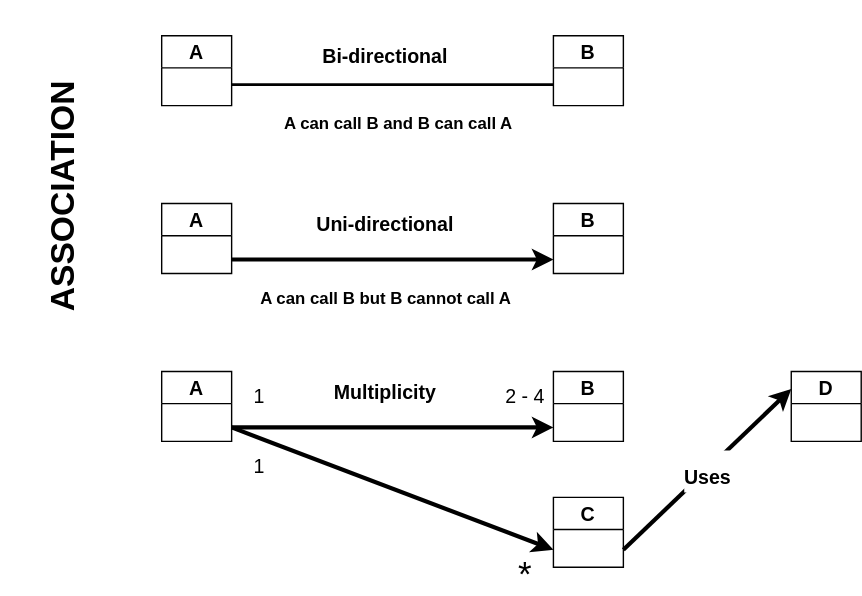
Before: P0_UML_Diagrams/ClassRelationships_Association.svg, a diagram exported from draw.io (surajit1312/Low_Level_System_Design). Source tidied: cells renumbered, new cells last; positions are measured from the earlier drawing's top-left corner, leaving out a move shared by most shapes. The source it was exported from:
```xml
<mxGraphModel>
  <root>
    <mxCell id="0" />
    <mxCell id="1" parent="0" />
    <mxCell id="2" value="A" style="swimlane;fontStyle=1;startSize=23;fontSize=14;" parent="1" vertex="1">
      <mxGeometry x="210" width="50" height="50" as="geometry" />
    </mxCell>
    <mxCell id="3" value="B" style="swimlane;fontStyle=1;fontSize=14;" parent="1" vertex="1">
      <mxGeometry x="490" width="50" height="50" as="geometry" />
    </mxCell>
    <mxCell id="4" style="line;strokeWidth=2;html=1;fontSize=14;" parent="1" vertex="1">
      <mxGeometry x="260" y="30" width="230" height="10" as="geometry" />
    </mxCell>
    <mxCell id="5" value="A" style="swimlane;fontStyle=1;startSize=23;fontSize=14;" parent="1" vertex="1">
      <mxGeometry x="210" y="120" width="50" height="50" as="geometry" />
    </mxCell>
    <mxCell id="6" value="B" style="swimlane;fontStyle=1;fontSize=14;" parent="1" vertex="1">
      <mxGeometry x="490" y="120" width="50" height="50" as="geometry" />
    </mxCell>
    <mxCell id="7" style="endArrow=classic;html=1;fontSize=14;strokeWidth=3;" parent="1" edge="1">
      <mxGeometry relative="1" as="geometry">
        <mxPoint x="260" y="160" as="sourcePoint" />
        <mxPoint x="490" y="160" as="targetPoint" />
      </mxGeometry>
    </mxCell>
    <mxCell id="8" value="&lt;b&gt;Bi-directional&lt;/b&gt;" style="text;html=1;strokeColor=none;fillColor=none;align=center;verticalAlign=middle;whiteSpace=wrap;rounded=0;fontSize=14;" parent="1" vertex="1">
      <mxGeometry x="300" width="140" height="30" as="geometry" />
    </mxCell>
    <mxCell id="9" value="&lt;b&gt;Uni-directional&lt;/b&gt;" style="text;html=1;strokeColor=none;fillColor=none;align=center;verticalAlign=middle;whiteSpace=wrap;rounded=0;fontSize=14;" parent="1" vertex="1">
      <mxGeometry x="300" y="120" width="140" height="30" as="geometry" />
    </mxCell>
    <mxCell id="10" value="&lt;b&gt;&lt;font style=&quot;font-size: 24px;&quot;&gt;ASSOCIATION&lt;/font&gt;&lt;/b&gt;" style="text;html=1;strokeColor=none;fillColor=none;align=center;verticalAlign=middle;whiteSpace=wrap;rounded=0;fontSize=14;rotation=-90;" parent="1" vertex="1">
      <mxGeometry y="70" width="280" height="90" as="geometry" />
    </mxCell>
    <mxCell id="11" value="A" style="swimlane;fontStyle=1;startSize=23;fontSize=14;" parent="1" vertex="1">
      <mxGeometry x="210" y="240" width="50" height="50" as="geometry" />
    </mxCell>
    <mxCell id="12" value="B" style="swimlane;fontStyle=1;fontSize=14;" parent="1" vertex="1">
      <mxGeometry x="490" y="240" width="50" height="50" as="geometry" />
    </mxCell>
    <mxCell id="13" style="endArrow=classic;html=1;fontSize=14;strokeWidth=3;" parent="1" edge="1">
      <mxGeometry relative="1" as="geometry">
        <mxPoint x="260" y="280" as="sourcePoint" />
        <mxPoint x="490" y="280" as="targetPoint" />
      </mxGeometry>
    </mxCell>
    <mxCell id="14" value="&lt;b&gt;Multiplicity&lt;/b&gt;" style="text;html=1;strokeColor=none;fillColor=none;align=center;verticalAlign=middle;whiteSpace=wrap;rounded=0;fontSize=14;" parent="1" vertex="1">
      <mxGeometry x="300" y="240" width="140" height="30" as="geometry" />
    </mxCell>
    <mxCell id="15" value="&lt;font style=&quot;font-size: 14px;&quot;&gt;1&lt;/font&gt;" style="text;html=1;strokeColor=none;fillColor=none;align=center;verticalAlign=middle;whiteSpace=wrap;rounded=0;fontSize=24;" parent="1" vertex="1">
      <mxGeometry x="250" y="240" width="60" height="30" as="geometry" />
    </mxCell>
    <mxCell id="16" value="&lt;font style=&quot;font-size: 14px;&quot;&gt;2 - 4&lt;/font&gt;" style="text;html=1;strokeColor=none;fillColor=none;align=center;verticalAlign=middle;whiteSpace=wrap;rounded=0;fontSize=24;" parent="1" vertex="1">
      <mxGeometry x="440" y="240" width="60" height="30" as="geometry" />
    </mxCell>
    <mxCell id="17" value="C" style="swimlane;fontStyle=1;fontSize=14;" parent="1" vertex="1">
      <mxGeometry x="490" y="330" width="50" height="50" as="geometry" />
    </mxCell>
    <mxCell id="18" style="endArrow=classic;html=1;strokeWidth=3;fontSize=14;entryX=0;entryY=0.75;entryDx=0;entryDy=0;" parent="1" edge="1" target="17">
      <mxGeometry relative="1" as="geometry">
        <mxPoint x="260" y="280" as="sourcePoint" />
      </mxGeometry>
    </mxCell>
    <mxCell id="19" value="&lt;font style=&quot;font-size: 14px;&quot;&gt;1&lt;/font&gt;" style="text;html=1;strokeColor=none;fillColor=none;align=center;verticalAlign=middle;whiteSpace=wrap;rounded=0;fontSize=24;" parent="1" vertex="1">
      <mxGeometry x="250" y="290" width="60" height="30" as="geometry" />
    </mxCell>
    <mxCell id="20" value="&lt;font style=&quot;font-size: 25px;&quot;&gt;*&lt;/font&gt;" style="text;html=1;strokeColor=none;fillColor=none;align=center;verticalAlign=middle;whiteSpace=wrap;rounded=0;fontSize=24;" parent="1" vertex="1">
      <mxGeometry x="440" y="370" width="60" height="30" as="geometry" />
    </mxCell>
    <mxCell id="21" value="D" style="swimlane;fontStyle=1;fontSize=14;" parent="1" vertex="1">
      <mxGeometry x="660" y="240" width="50" height="50" as="geometry" />
    </mxCell>
    <mxCell id="22" style="endArrow=classic;html=1;strokeWidth=3;fontSize=25;exitX=1;exitY=0.75;exitDx=0;exitDy=0;entryX=0;entryY=0.25;entryDx=0;entryDy=0;" parent="1" edge="1" source="17" target="21">
      <mxGeometry relative="1" as="geometry" />
    </mxCell>
    <mxCell id="23" value="&lt;font style=&quot;font-size: 14px;&quot;&gt;&lt;b&gt;Uses&lt;/b&gt;&lt;/font&gt;" style="edgeLabel;html=1;align=center;verticalAlign=middle;fontSize=25;" parent="22" vertex="1">
      <mxGeometry relative="1" as="geometry" />
    </mxCell>
    <mxCell id="24" value="&lt;b&gt;A can call B and B can call A&lt;/b&gt;" style="text;html=1;strokeColor=none;fillColor=none;align=center;verticalAlign=middle;whiteSpace=wrap;rounded=0;" parent="1" vertex="1">
      <mxGeometry x="286" y="48" width="187" height="30" as="geometry" />
    </mxCell>
    <mxCell id="25" value="&lt;b&gt;A can call B but B cannot call A&lt;/b&gt;" style="text;html=1;strokeColor=none;fillColor=none;align=center;verticalAlign=middle;whiteSpace=wrap;rounded=0;" parent="1" vertex="1">
      <mxGeometry x="276.5" y="173" width="187" height="30" as="geometry" />
    </mxCell>
  </root>
</mxGraphModel>
```
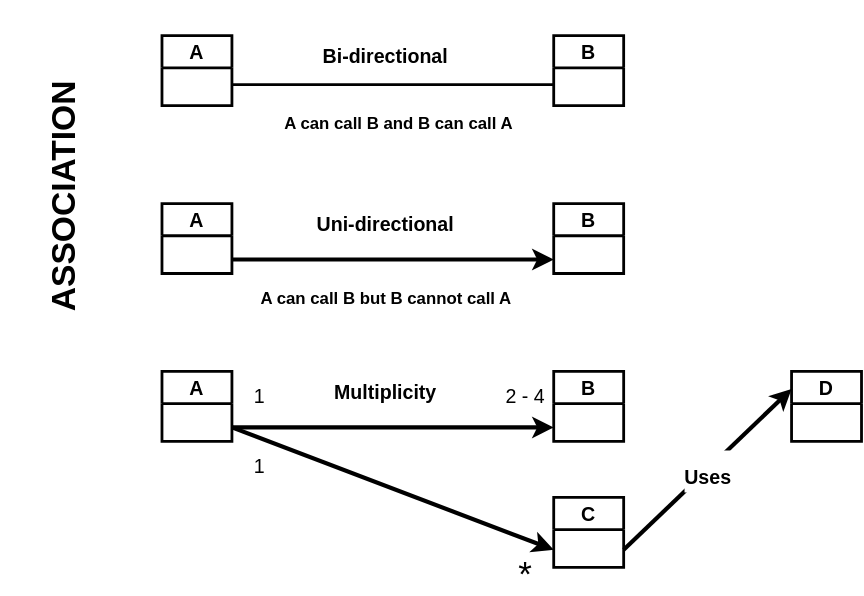
After the commit.

Change to the diagram source:
```diff
@@ -1,50 +1,50 @@
-<mxGraphModel>
+<mxGraphModel background="#ffffff">
   <root>
     <mxCell id="0" />
     <mxCell id="1" parent="0" />
-    <mxCell id="2" value="A" style="swimlane;fontStyle=1;startSize=23;fontSize=14;" parent="1" vertex="1">
+    <mxCell id="2" value="A" style="swimlane;fontStyle=1;startSize=23;fontSize=14;strokeColor=#000000;strokeWidth=2;fillColor=#FFFFFF;fontColor=#000000;" parent="1" vertex="1">
       <mxGeometry x="210" width="50" height="50" as="geometry" />
     </mxCell>
-    <mxCell id="3" value="B" style="swimlane;fontStyle=1;fontSize=14;" parent="1" vertex="1">
+    <mxCell id="3" value="B" style="swimlane;fontStyle=1;fontSize=14;strokeColor=#000000;strokeWidth=2;fillColor=#FFFFFF;fontColor=#000000;" parent="1" vertex="1">
       <mxGeometry x="490" width="50" height="50" as="geometry" />
     </mxCell>
-    <mxCell id="4" style="line;strokeWidth=2;html=1;fontSize=14;" parent="1" vertex="1">
+    <mxCell id="4" style="line;strokeWidth=2;html=1;fontSize=14;strokeColor=#000000;" parent="1" vertex="1">
       <mxGeometry x="260" y="30" width="230" height="10" as="geometry" />
     </mxCell>
-    <mxCell id="5" value="A" style="swimlane;fontStyle=1;startSize=23;fontSize=14;" parent="1" vertex="1">
+    <mxCell id="5" value="A" style="swimlane;fontStyle=1;startSize=23;fontSize=14;strokeColor=#000000;strokeWidth=2;fillColor=#FFFFFF;fontColor=#000000;" parent="1" vertex="1">
       <mxGeometry x="210" y="120" width="50" height="50" as="geometry" />
     </mxCell>
-    <mxCell id="6" value="B" style="swimlane;fontStyle=1;fontSize=14;" parent="1" vertex="1">
+    <mxCell id="6" value="B" style="swimlane;fontStyle=1;fontSize=14;strokeColor=#000000;strokeWidth=2;fillColor=#FFFFFF;fontColor=#000000;" parent="1" vertex="1">
       <mxGeometry x="490" y="120" width="50" height="50" as="geometry" />
     </mxCell>
-    <mxCell id="7" style="endArrow=classic;html=1;fontSize=14;strokeWidth=3;" parent="1" edge="1">
+    <mxCell id="7" style="endArrow=classic;html=1;fontSize=14;strokeWidth=3;strokeColor=#000000;" parent="1" edge="1">
       <mxGeometry relative="1" as="geometry">
         <mxPoint x="260" y="160" as="sourcePoint" />
         <mxPoint x="490" y="160" as="targetPoint" />
       </mxGeometry>
     </mxCell>
-    <mxCell id="8" value="&lt;b&gt;Bi-directional&lt;/b&gt;" style="text;html=1;strokeColor=none;fillColor=none;align=center;verticalAlign=middle;whiteSpace=wrap;rounded=0;fontSize=14;" parent="1" vertex="1">
+    <mxCell id="8" value="&lt;b&gt;Bi-directional&lt;/b&gt;" style="text;html=1;strokeColor=none;fillColor=none;align=center;verticalAlign=middle;whiteSpace=wrap;rounded=0;fontSize=14;fontColor=#000000;" parent="1" vertex="1">
       <mxGeometry x="300" width="140" height="30" as="geometry" />
     </mxCell>
-    <mxCell id="9" value="&lt;b&gt;Uni-directional&lt;/b&gt;" style="text;html=1;strokeColor=none;fillColor=none;align=center;verticalAlign=middle;whiteSpace=wrap;rounded=0;fontSize=14;" parent="1" vertex="1">
+    <mxCell id="9" value="&lt;b&gt;Uni-directional&lt;/b&gt;" style="text;html=1;strokeColor=none;fillColor=none;align=center;verticalAlign=middle;whiteSpace=wrap;rounded=0;fontSize=14;fontColor=#000000;" parent="1" vertex="1">
       <mxGeometry x="300" y="120" width="140" height="30" as="geometry" />
     </mxCell>
-    <mxCell id="10" value="&lt;b&gt;&lt;font style=&quot;font-size: 24px;&quot;&gt;ASSOCIATION&lt;/font&gt;&lt;/b&gt;" style="text;html=1;strokeColor=none;fillColor=none;align=center;verticalAlign=middle;whiteSpace=wrap;rounded=0;fontSize=14;rotation=-90;" parent="1" vertex="1">
+    <mxCell id="10" value="&lt;b&gt;&lt;font style=&quot;font-size: 24px;&quot;&gt;ASSOCIATION&lt;/font&gt;&lt;/b&gt;" style="text;html=1;strokeColor=none;fillColor=none;align=center;verticalAlign=middle;whiteSpace=wrap;rounded=0;fontSize=14;rotation=-90;fontColor=#000000;" parent="1" vertex="1">
       <mxGeometry y="70" width="280" height="90" as="geometry" />
     </mxCell>
-    <mxCell id="11" value="A" style="swimlane;fontStyle=1;startSize=23;fontSize=14;" parent="1" vertex="1">
+    <mxCell id="11" value="A" style="swimlane;fontStyle=1;startSize=23;fontSize=14;strokeColor=#000000;strokeWidth=2;fillColor=#FFFFFF;fontColor=#000000;" parent="1" vertex="1">
       <mxGeometry x="210" y="240" width="50" height="50" as="geometry" />
     </mxCell>
-    <mxCell id="12" value="B" style="swimlane;fontStyle=1;fontSize=14;" parent="1" vertex="1">
+    <mxCell id="12" value="B" style="swimlane;fontStyle=1;fontSize=14;strokeWidth=2;strokeColor=#000000;fillColor=#FFFFFF;fontColor=#000000;" parent="1" vertex="1">
       <mxGeometry x="490" y="240" width="50" height="50" as="geometry" />
     </mxCell>
-    <mxCell id="13" style="endArrow=classic;html=1;fontSize=14;strokeWidth=3;" parent="1" edge="1">
+    <mxCell id="13" style="endArrow=classic;html=1;fontSize=14;strokeWidth=3;strokeColor=#000000;" parent="1" edge="1">
       <mxGeometry relative="1" as="geometry">
         <mxPoint x="260" y="280" as="sourcePoint" />
         <mxPoint x="490" y="280" as="targetPoint" />
       </mxGeometry>
     </mxCell>
-    <mxCell id="14" value="&lt;b&gt;Multiplicity&lt;/b&gt;" style="text;html=1;strokeColor=none;fillColor=none;align=center;verticalAlign=middle;whiteSpace=wrap;rounded=0;fontSize=14;" parent="1" vertex="1">
+    <mxCell id="14" value="&lt;b&gt;Multiplicity&lt;/b&gt;" style="text;html=1;strokeColor=none;fillColor=none;align=center;verticalAlign=middle;whiteSpace=wrap;rounded=0;fontSize=14;fontColor=#000000;" parent="1" vertex="1">
       <mxGeometry x="300" y="240" width="140" height="30" as="geometry" />
     </mxCell>
     <mxCell id="15" value="&lt;font style=&quot;font-size: 14px;&quot;&gt;1&lt;/font&gt;" style="text;html=1;strokeColor=none;fillColor=none;align=center;verticalAlign=middle;whiteSpace=wrap;rounded=0;fontSize=24;" parent="1" vertex="1">
@@ -53,10 +53,10 @@
     <mxCell id="16" value="&lt;font style=&quot;font-size: 14px;&quot;&gt;2 - 4&lt;/font&gt;" style="text;html=1;strokeColor=none;fillColor=none;align=center;verticalAlign=middle;whiteSpace=wrap;rounded=0;fontSize=24;" parent="1" vertex="1">
       <mxGeometry x="440" y="240" width="60" height="30" as="geometry" />
     </mxCell>
-    <mxCell id="17" value="C" style="swimlane;fontStyle=1;fontSize=14;" parent="1" vertex="1">
+    <mxCell id="17" value="C" style="swimlane;fontStyle=1;fontSize=14;strokeColor=#000000;strokeWidth=2;fillColor=#FFFFFF;fontColor=#000000;" parent="1" vertex="1">
       <mxGeometry x="490" y="330" width="50" height="50" as="geometry" />
     </mxCell>
-    <mxCell id="18" style="endArrow=classic;html=1;strokeWidth=3;fontSize=14;entryX=0;entryY=0.75;entryDx=0;entryDy=0;" parent="1" edge="1" target="17">
+    <mxCell id="18" style="endArrow=classic;html=1;strokeWidth=3;fontSize=14;entryX=0;entryY=0.75;entryDx=0;entryDy=0;strokeColor=#000000;" parent="1" edge="1" target="17">
       <mxGeometry relative="1" as="geometry">
         <mxPoint x="260" y="280" as="sourcePoint" />
       </mxGeometry>
@@ -67,19 +67,19 @@
     <mxCell id="20" value="&lt;font style=&quot;font-size: 25px;&quot;&gt;*&lt;/font&gt;" style="text;html=1;strokeColor=none;fillColor=none;align=center;verticalAlign=middle;whiteSpace=wrap;rounded=0;fontSize=24;" parent="1" vertex="1">
       <mxGeometry x="440" y="370" width="60" height="30" as="geometry" />
     </mxCell>
-    <mxCell id="21" value="D" style="swimlane;fontStyle=1;fontSize=14;" parent="1" vertex="1">
+    <mxCell id="21" value="D" style="swimlane;fontStyle=1;fontSize=14;strokeColor=#000000;fillColor=#FFFFFF;fontColor=#000000;strokeWidth=2;" parent="1" vertex="1">
       <mxGeometry x="660" y="240" width="50" height="50" as="geometry" />
     </mxCell>
-    <mxCell id="22" style="endArrow=classic;html=1;strokeWidth=3;fontSize=25;exitX=1;exitY=0.75;exitDx=0;exitDy=0;entryX=0;entryY=0.25;entryDx=0;entryDy=0;" parent="1" edge="1" source="17" target="21">
+    <mxCell id="22" style="endArrow=classic;html=1;strokeWidth=3;fontSize=25;exitX=1;exitY=0.75;exitDx=0;exitDy=0;entryX=0;entryY=0.25;entryDx=0;entryDy=0;strokeColor=#000000;" parent="1" edge="1" source="17" target="21">
       <mxGeometry relative="1" as="geometry" />
     </mxCell>
-    <mxCell id="23" value="&lt;font style=&quot;font-size: 14px;&quot;&gt;&lt;b&gt;Uses&lt;/b&gt;&lt;/font&gt;" style="edgeLabel;html=1;align=center;verticalAlign=middle;fontSize=25;" parent="22" vertex="1">
+    <mxCell id="23" value="&lt;font style=&quot;font-size: 14px;&quot;&gt;&lt;b&gt;Uses&lt;/b&gt;&lt;/font&gt;" style="edgeLabel;html=1;align=center;verticalAlign=middle;fontSize=25;labelBackgroundColor=#FFFFFF;fontColor=#000000;" parent="22" vertex="1">
       <mxGeometry relative="1" as="geometry" />
     </mxCell>
-    <mxCell id="24" value="&lt;b&gt;A can call B and B can call A&lt;/b&gt;" style="text;html=1;strokeColor=none;fillColor=none;align=center;verticalAlign=middle;whiteSpace=wrap;rounded=0;" parent="1" vertex="1">
+    <mxCell id="24" value="&lt;b&gt;A can call B and B can call A&lt;/b&gt;" style="text;html=1;strokeColor=none;fillColor=none;align=center;verticalAlign=middle;whiteSpace=wrap;rounded=0;fontColor=#000000;" parent="1" vertex="1">
       <mxGeometry x="286" y="48" width="187" height="30" as="geometry" />
     </mxCell>
-    <mxCell id="25" value="&lt;b&gt;A can call B but B cannot call A&lt;/b&gt;" style="text;html=1;strokeColor=none;fillColor=none;align=center;verticalAlign=middle;whiteSpace=wrap;rounded=0;" parent="1" vertex="1">
+    <mxCell id="25" value="&lt;b&gt;A can call B but B cannot call A&lt;/b&gt;" style="text;html=1;strokeColor=none;fillColor=none;align=center;verticalAlign=middle;whiteSpace=wrap;rounded=0;fontColor=#000000;" parent="1" vertex="1">
       <mxGeometry x="276.5" y="173" width="187" height="30" as="geometry" />
     </mxCell>
   </root>
```
